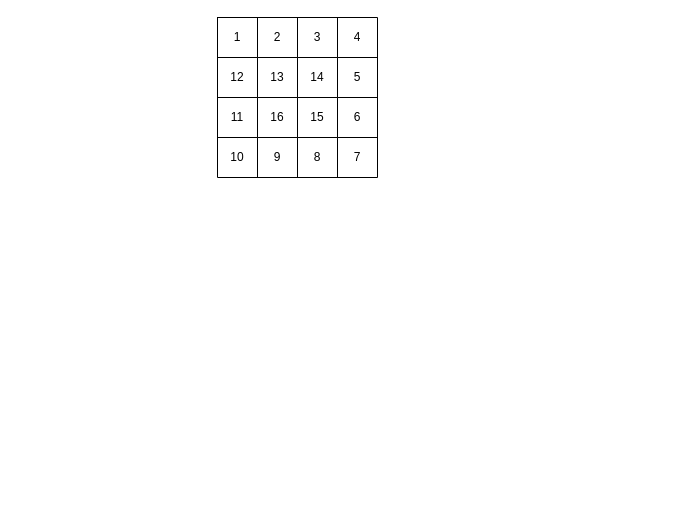
Before: 01_Programmercarl_Series/01_Array/05_generateMatrix/docs/sketch.drawio in ImChong/Practice_LeetCode_C, a draw.io diagram. Source tidied: cells renumbered, new cells numbered last; positions are measured from the earlier drawing's top-left corner, leaving out a move shared by most shapes. Both pictures are drawn from the tidied source at 100%, with x=0, y=0 at pixel (217, 17).
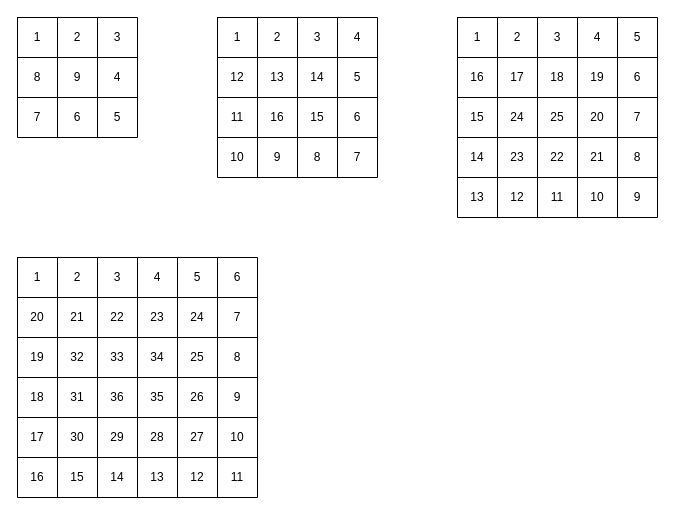
The same diagram, later.

What changed in the source:
```diff
@@
+    <mxCell id="23" style="shape=table;startSize=0;childLayout=tableLayout;" parent="1" vertex="1">
+      <mxGeometry x="-200" width="120" height="120" as="geometry" />
+    </mxCell>
+    <mxCell id="24" style="shape=tableRow;horizontal=0;startSize=0;swimlaneHead=0;swimlaneBody=0;top=0;left=0;bottom=0;right=0;fillColor=none;" parent="23" vertex="1">
+      <mxGeometry width="120" height="40" as="geometry" />
+    </mxCell>
+    <mxCell id="25" value="1" style="shape=partialRectangle;html=1;whiteSpace=wrap;overflow=hidden;fillColor=none;top=0;left=0;bottom=0;right=0;" parent="24" vertex="1">
+      <mxGeometry width="40" height="40" as="geometry" />
+    </mxCell>
+    <mxCell id="26" value="2" style="shape=partialRectangle;html=1;whiteSpace=wrap;overflow=hidden;fillColor=none;top=0;left=0;bottom=0;right=0;" parent="24" vertex="1">
+      <mxGeometry x="40" width="40" height="40" as="geometry" />
+    </mxCell>
+    <mxCell id="27" value="3" style="shape=partialRectangle;html=1;whiteSpace=wrap;overflow=hidden;fillColor=none;top=0;left=0;bottom=0;right=0;" parent="24" vertex="1">
+      <mxGeometry x="80" width="40" height="40" as="geometry" />
+    </mxCell>
+    <mxCell id="28" style="shape=tableRow;horizontal=0;startSize=0;swimlaneHead=0;swimlaneBody=0;top=0;left=0;bottom=0;right=0;fillColor=none;" parent="23" vertex="1">
+      <mxGeometry y="40" width="120" height="40" as="geometry" />
+    </mxCell>
+    <mxCell id="29" value="8" style="shape=partialRectangle;html=1;whiteSpace=wrap;overflow=hidden;fillColor=none;top=0;left=0;bottom=0;right=0;" parent="28" vertex="1">
+      <mxGeometry width="40" height="40" as="geometry" />
+    </mxCell>
+    <mxCell id="30" value="9" style="shape=partialRectangle;html=1;whiteSpace=wrap;overflow=hidden;fillColor=none;top=0;left=0;bottom=0;right=0;" parent="28" vertex="1">
+      <mxGeometry x="40" width="40" height="40" as="geometry" />
+    </mxCell>
+    <mxCell id="31" value="4" style="shape=partialRectangle;html=1;whiteSpace=wrap;overflow=hidden;fillColor=none;top=0;left=0;bottom=0;right=0;" parent="28" vertex="1">
+      <mxGeometry x="80" width="40" height="40" as="geometry" />
+    </mxCell>
+    <mxCell id="32" style="shape=tableRow;horizontal=0;startSize=0;swimlaneHead=0;swimlaneBody=0;top=0;left=0;bottom=0;right=0;fillColor=none;" parent="23" vertex="1">
+      <mxGeometry y="80" width="120" height="40" as="geometry" />
+    </mxCell>
+    <mxCell id="33" value="7" style="shape=partialRectangle;html=1;whiteSpace=wrap;overflow=hidden;fillColor=none;top=0;left=0;bottom=0;right=0;" parent="32" vertex="1">
+      <mxGeometry width="40" height="40" as="geometry" />
+    </mxCell>
+    <mxCell id="34" value="6" style="shape=partialRectangle;html=1;whiteSpace=wrap;overflow=hidden;fillColor=none;top=0;left=0;bottom=0;right=0;" parent="32" vertex="1">
+      <mxGeometry x="40" width="40" height="40" as="geometry" />
+    </mxCell>
+    <mxCell id="35" value="5" style="shape=partialRectangle;html=1;whiteSpace=wrap;overflow=hidden;fillColor=none;top=0;left=0;bottom=0;right=0;" parent="32" vertex="1">
+      <mxGeometry x="80" width="40" height="40" as="geometry" />
+    </mxCell>
+    <mxCell id="36" style="shape=table;startSize=0;childLayout=tableLayout;" parent="1" vertex="1">
+      <mxGeometry x="240" width="200" height="200" as="geometry" />
+    </mxCell>
+    <mxCell id="37" style="shape=tableRow;horizontal=0;startSize=0;swimlaneHead=0;swimlaneBody=0;top=0;left=0;bottom=0;right=0;fillColor=none;" parent="36" vertex="1">
+      <mxGeometry width="200" height="40" as="geometry" />
+    </mxCell>
+    <mxCell id="38" value="1" style="shape=partialRectangle;html=1;whiteSpace=wrap;overflow=hidden;fillColor=none;top=0;left=0;bottom=0;right=0;" parent="37" vertex="1">
+      <mxGeometry width="40" height="40" as="geometry" />
+    </mxCell>
+    <mxCell id="39" value="2" style="shape=partialRectangle;html=1;whiteSpace=wrap;overflow=hidden;fillColor=none;top=0;left=0;bottom=0;right=0;" parent="37" vertex="1">
+      <mxGeometry x="40" width="40" height="40" as="geometry" />
+    </mxCell>
+    <mxCell id="40" value="3" style="shape=partialRectangle;html=1;whiteSpace=wrap;overflow=hidden;fillColor=none;top=0;left=0;bottom=0;right=0;" parent="37" vertex="1">
+      <mxGeometry x="80" width="40" height="40" as="geometry" />
+    </mxCell>
+    <mxCell id="41" value="4" style="shape=partialRectangle;html=1;whiteSpace=wrap;overflow=hidden;fillColor=none;top=0;left=0;bottom=0;right=0;" parent="37" vertex="1">
+      <mxGeometry x="120" width="40" height="40" as="geometry" />
+    </mxCell>
+    <mxCell id="42" value="5" style="shape=partialRectangle;html=1;whiteSpace=wrap;overflow=hidden;fillColor=none;top=0;left=0;bottom=0;right=0;" parent="37" vertex="1">
+      <mxGeometry x="160" width="40" height="40" as="geometry" />
+    </mxCell>
+    <mxCell id="43" style="shape=tableRow;horizontal=0;startSize=0;swimlaneHead=0;swimlaneBody=0;top=0;left=0;bottom=0;right=0;fillColor=none;" parent="36" vertex="1">
+      <mxGeometry y="40" width="200" height="40" as="geometry" />
+    </mxCell>
+    <mxCell id="44" value="16" style="shape=partialRectangle;html=1;whiteSpace=wrap;overflow=hidden;fillColor=none;top=0;left=0;bottom=0;right=0;" parent="43" vertex="1">
+      <mxGeometry width="40" height="40" as="geometry" />
+    </mxCell>
+    <mxCell id="45" value="17" style="shape=partialRectangle;html=1;whiteSpace=wrap;overflow=hidden;fillColor=none;top=0;left=0;bottom=0;right=0;" parent="43" vertex="1">
+      <mxGeometry x="40" width="40" height="40" as="geometry" />
+    </mxCell>
+    <mxCell id="46" value="18" style="shape=partialRectangle;html=1;whiteSpace=wrap;overflow=hidden;fillColor=none;top=0;left=0;bottom=0;right=0;" parent="43" vertex="1">
+      <mxGeometry x="80" width="40" height="40" as="geometry" />
+    </mxCell>
+    <mxCell id="47" value="19" style="shape=partialRectangle;html=1;whiteSpace=wrap;overflow=hidden;fillColor=none;top=0;left=0;bottom=0;right=0;" parent="43" vertex="1">
+      <mxGeometry x="120" width="40" height="40" as="geometry" />
+    </mxCell>
+    <mxCell id="48" value="6" style="shape=partialRectangle;html=1;whiteSpace=wrap;overflow=hidden;fillColor=none;top=0;left=0;bottom=0;right=0;" parent="43" vertex="1">
+      <mxGeometry x="160" width="40" height="40" as="geometry" />
+    </mxCell>
+    <mxCell id="49" style="shape=tableRow;horizontal=0;startSize=0;swimlaneHead=0;swimlaneBody=0;top=0;left=0;bottom=0;right=0;fillColor=none;" parent="36" vertex="1">
+      <mxGeometry y="80" width="200" height="40" as="geometry" />
+    </mxCell>
+    <mxCell id="50" value="15" style="shape=partialRectangle;html=1;whiteSpace=wrap;overflow=hidden;fillColor=none;top=0;left=0;bottom=0;right=0;" parent="49" vertex="1">
+      <mxGeometry width="40" height="40" as="geometry" />
+    </mxCell>
+    <mxCell id="51" value="24" style="shape=partialRectangle;html=1;whiteSpace=wrap;overflow=hidden;fillColor=none;top=0;left=0;bottom=0;right=0;" parent="49" vertex="1">
+      <mxGeometry x="40" width="40" height="40" as="geometry" />
+    </mxCell>
+    <mxCell id="52" value="25" style="shape=partialRectangle;html=1;whiteSpace=wrap;overflow=hidden;fillColor=none;top=0;left=0;bottom=0;right=0;" parent="49" vertex="1">
+      <mxGeometry x="80" width="40" height="40" as="geometry" />
+    </mxCell>
+    <mxCell id="53" value="20" style="shape=partialRectangle;html=1;whiteSpace=wrap;overflow=hidden;fillColor=none;top=0;left=0;bottom=0;right=0;" parent="49" vertex="1">
+      <mxGeometry x="120" width="40" height="40" as="geometry" />
+    </mxCell>
+    <mxCell id="54" value="7" style="shape=partialRectangle;html=1;whiteSpace=wrap;overflow=hidden;fillColor=none;top=0;left=0;bottom=0;right=0;" parent="49" vertex="1">
+      <mxGeometry x="160" width="40" height="40" as="geometry" />
+    </mxCell>
+    <mxCell id="55" style="shape=tableRow;horizontal=0;startSize=0;swimlaneHead=0;swimlaneBody=0;top=0;left=0;bottom=0;right=0;fillColor=none;" parent="36" vertex="1">
+      <mxGeometry y="120" width="200" height="40" as="geometry" />
+    </mxCell>
+    <mxCell id="56" value="14" style="shape=partialRectangle;html=1;whiteSpace=wrap;overflow=hidden;fillColor=none;top=0;left=0;bottom=0;right=0;" parent="55" vertex="1">
+      <mxGeometry width="40" height="40" as="geometry" />
+    </mxCell>
+    <mxCell id="57" value="23" style="shape=partialRectangle;html=1;whiteSpace=wrap;overflow=hidden;fillColor=none;top=0;left=0;bottom=0;right=0;" parent="55" vertex="1">
+      <mxGeometry x="40" width="40" height="40" as="geometry" />
+    </mxCell>
+    <mxCell id="58" value="22" style="shape=partialRectangle;html=1;whiteSpace=wrap;overflow=hidden;fillColor=none;top=0;left=0;bottom=0;right=0;" parent="55" vertex="1">
+      <mxGeometry x="80" width="40" height="40" as="geometry" />
+    </mxCell>
+    <mxCell id="59" value="21" style="shape=partialRectangle;html=1;whiteSpace=wrap;overflow=hidden;fillColor=none;top=0;left=0;bottom=0;right=0;" parent="55" vertex="1">
+      <mxGeometry x="120" width="40" height="40" as="geometry" />
+    </mxCell>
+    <mxCell id="60" value="8" style="shape=partialRectangle;html=1;whiteSpace=wrap;overflow=hidden;fillColor=none;top=0;left=0;bottom=0;right=0;" parent="55" vertex="1">
+      <mxGeometry x="160" width="40" height="40" as="geometry" />
+    </mxCell>
+    <mxCell id="61" style="shape=tableRow;horizontal=0;startSize=0;swimlaneHead=0;swimlaneBody=0;top=0;left=0;bottom=0;right=0;fillColor=none;" parent="36" vertex="1">
+      <mxGeometry y="160" width="200" height="40" as="geometry" />
+    </mxCell>
+    <mxCell id="62" value="13" style="shape=partialRectangle;html=1;whiteSpace=wrap;overflow=hidden;fillColor=none;top=0;left=0;bottom=0;right=0;" parent="61" vertex="1">
+      <mxGeometry width="40" height="40" as="geometry" />
+    </mxCell>
+    <mxCell id="63" value="12" style="shape=partialRectangle;html=1;whiteSpace=wrap;overflow=hidden;fillColor=none;top=0;left=0;bottom=0;right=0;" parent="61" vertex="1">
+      <mxGeometry x="40" width="40" height="40" as="geometry" />
+    </mxCell>
+    <mxCell id="64" value="11" style="shape=partialRectangle;html=1;whiteSpace=wrap;overflow=hidden;fillColor=none;top=0;left=0;bottom=0;right=0;" parent="61" vertex="1">
+      <mxGeometry x="80" width="40" height="40" as="geometry" />
+    </mxCell>
+    <mxCell id="65" value="10" style="shape=partialRectangle;html=1;whiteSpace=wrap;overflow=hidden;fillColor=none;top=0;left=0;bottom=0;right=0;" parent="61" vertex="1">
+      <mxGeometry x="120" width="40" height="40" as="geometry" />
+    </mxCell>
+    <mxCell id="66" value="9" style="shape=partialRectangle;html=1;whiteSpace=wrap;overflow=hidden;fillColor=none;top=0;left=0;bottom=0;right=0;" parent="61" vertex="1">
+      <mxGeometry x="160" width="40" height="40" as="geometry" />
+    </mxCell>
+    <mxCell id="67" style="shape=table;startSize=0;childLayout=tableLayout;" parent="1" vertex="1">
+      <mxGeometry x="-200" y="240" width="240" height="240" as="geometry" />
+    </mxCell>
+    <mxCell id="68" style="shape=tableRow;horizontal=0;startSize=0;swimlaneHead=0;swimlaneBody=0;top=0;left=0;bottom=0;right=0;fillColor=none;" parent="67" vertex="1">
+      <mxGeometry width="240" height="40" as="geometry" />
+    </mxCell>
+    <mxCell id="69" value="1" style="shape=partialRectangle;html=1;whiteSpace=wrap;overflow=hidden;fillColor=none;top=0;left=0;bottom=0;right=0;" parent="68" vertex="1">
+      <mxGeometry width="40" height="40" as="geometry" />
+    </mxCell>
+    <mxCell id="70" value="2" style="shape=partialRectangle;html=1;whiteSpace=wrap;overflow=hidden;fillColor=none;top=0;left=0;bottom=0;right=0;" parent="68" vertex="1">
+      <mxGeometry x="40" width="40" height="40" as="geometry" />
+    </mxCell>
+    <mxCell id="71" value="3" style="shape=partialRectangle;html=1;whiteSpace=wrap;overflow=hidden;fillColor=none;top=0;left=0;bottom=0;right=0;" parent="68" vertex="1">
+      <mxGeometry x="80" width="40" height="40" as="geometry" />
+    </mxCell>
+    <mxCell id="72" value="4" style="shape=partialRectangle;html=1;whiteSpace=wrap;overflow=hidden;fillColor=none;top=0;left=0;bottom=0;right=0;" parent="68" vertex="1">
+      <mxGeometry x="120" width="40" height="40" as="geometry" />
+    </mxCell>
+    <mxCell id="73" value="5" style="shape=partialRectangle;html=1;whiteSpace=wrap;overflow=hidden;fillColor=none;top=0;left=0;bottom=0;right=0;" parent="68" vertex="1">
+      <mxGeometry x="160" width="40" height="40" as="geometry" />
+    </mxCell>
+    <mxCell id="74" value="6" style="shape=partialRectangle;html=1;whiteSpace=wrap;overflow=hidden;fillColor=none;top=0;left=0;bottom=0;right=0;" parent="68" vertex="1">
+      <mxGeometry x="200" width="40" height="40" as="geometry" />
+    </mxCell>
+    <mxCell id="75" style="shape=tableRow;horizontal=0;startSize=0;swimlaneHead=0;swimlaneBody=0;top=0;left=0;bottom=0;right=0;fillColor=none;" parent="67" vertex="1">
+      <mxGeometry y="40" width="240" height="40" as="geometry" />
+    </mxCell>
+    <mxCell id="76" value="20" style="shape=partialRectangle;html=1;whiteSpace=wrap;overflow=hidden;fillColor=none;top=0;left=0;bottom=0;right=0;" parent="75" vertex="1">
+      <mxGeometry width="40" height="40" as="geometry" />
+    </mxCell>
+    <mxCell id="77" value="21" style="shape=partialRectangle;html=1;whiteSpace=wrap;overflow=hidden;fillColor=none;top=0;left=0;bottom=0;right=0;" parent="75" vertex="1">
+      <mxGeometry x="40" width="40" height="40" as="geometry" />
+    </mxCell>
+    <mxCell id="78" value="22" style="shape=partialRectangle;html=1;whiteSpace=wrap;overflow=hidden;fillColor=none;top=0;left=0;bottom=0;right=0;" parent="75" vertex="1">
+      <mxGeometry x="80" width="40" height="40" as="geometry" />
+    </mxCell>
+    <mxCell id="79" value="23" style="shape=partialRectangle;html=1;whiteSpace=wrap;overflow=hidden;fillColor=none;top=0;left=0;bottom=0;right=0;" parent="75" vertex="1">
+      <mxGeometry x="120" width="40" height="40" as="geometry" />
+    </mxCell>
+    <mxCell id="80" value="24" style="shape=partialRectangle;html=1;whiteSpace=wrap;overflow=hidden;fillColor=none;top=0;left=0;bottom=0;right=0;" parent="75" vertex="1">
+      <mxGeometry x="160" width="40" height="40" as="geometry" />
+    </mxCell>
+    <mxCell id="81" value="7" style="shape=partialRectangle;html=1;whiteSpace=wrap;overflow=hidden;fillColor=none;top=0;left=0;bottom=0;right=0;" parent="75" vertex="1">
+      <mxGeometry x="200" width="40" height="40" as="geometry" />
+    </mxCell>
+    <mxCell id="82" style="shape=tableRow;horizontal=0;startSize=0;swimlaneHead=0;swimlaneBody=0;top=0;left=0;bottom=0;right=0;fillColor=none;" parent="67" vertex="1">
+      <mxGeometry y="80" width="240" height="40" as="geometry" />
+    </mxCell>
+    <mxCell id="83" value="19" style="shape=partialRectangle;html=1;whiteSpace=wrap;overflow=hidden;fillColor=none;top=0;left=0;bottom=0;right=0;" parent="82" vertex="1">
+      <mxGeometry width="40" height="40" as="geometry" />
+    </mxCell>
+    <mxCell id="84" value="32" style="shape=partialRectangle;html=1;whiteSpace=wrap;overflow=hidden;fillColor=none;top=0;left=0;bottom=0;right=0;" parent="82" vertex="1">
+      <mxGeometry x="40" width="40" height="40" as="geometry" />
+    </mxCell>
+    <mxCell id="85" value="33" style="shape=partialRectangle;html=1;whiteSpace=wrap;overflow=hidden;fillColor=none;top=0;left=0;bottom=0;right=0;" parent="82" vertex="1">
+      <mxGeometry x="80" width="40" height="40" as="geometry" />
+    </mxCell>
+    <mxCell id="86" value="34" style="shape=partialRectangle;html=1;whiteSpace=wrap;overflow=hidden;fillColor=none;top=0;left=0;bottom=0;right=0;" parent="82" vertex="1">
+      <mxGeometry x="120" width="40" height="40" as="geometry" />
+    </mxCell>
+    <mxCell id="87" value="25" style="shape=partialRectangle;html=1;whiteSpace=wrap;overflow=hidden;fillColor=none;top=0;left=0;bottom=0;right=0;" parent="82" vertex="1">
+      <mxGeometry x="160" width="40" height="40" as="geometry" />
+    </mxCell>
+    <mxCell id="88" value="8" style="shape=partialRectangle;html=1;whiteSpace=wrap;overflow=hidden;fillColor=none;top=0;left=0;bottom=0;right=0;" parent="82" vertex="1">
+      <mxGeometry x="200" width="40" height="40" as="geometry" />
+    </mxCell>
+    <mxCell id="89" style="shape=tableRow;horizontal=0;startSize=0;swimlaneHead=0;swimlaneBody=0;top=0;left=0;bottom=0;right=0;fillColor=none;" parent="67" vertex="1">
+      <mxGeometry y="120" width="240" height="40" as="geometry" />
+    </mxCell>
+    <mxCell id="90" value="18" style="shape=partialRectangle;html=1;whiteSpace=wrap;overflow=hidden;fillColor=none;top=0;left=0;bottom=0;right=0;" parent="89" vertex="1">
+      <mxGeometry width="40" height="40" as="geometry" />
+    </mxCell>
+    <mxCell id="91" value="31" style="shape=partialRectangle;html=1;whiteSpace=wrap;overflow=hidden;fillColor=none;top=0;left=0;bottom=0;right=0;" parent="89" vertex="1">
+      <mxGeometry x="40" width="40" height="40" as="geometry" />
+    </mxCell>
+    <mxCell id="92" value="36" style="shape=partialRectangle;html=1;whiteSpace=wrap;overflow=hidden;fillColor=none;top=0;left=0;bottom=0;right=0;" parent="89" vertex="1">
+      <mxGeometry x="80" width="40" height="40" as="geometry" />
+    </mxCell>
+    <mxCell id="93" value="35" style="shape=partialRectangle;html=1;whiteSpace=wrap;overflow=hidden;fillColor=none;top=0;left=0;bottom=0;right=0;" parent="89" vertex="1">
+      <mxGeometry x="120" width="40" height="40" as="geometry" />
+    </mxCell>
+    <mxCell id="94" value="26" style="shape=partialRectangle;html=1;whiteSpace=wrap;overflow=hidden;fillColor=none;top=0;left=0;bottom=0;right=0;" parent="89" vertex="1">
+      <mxGeometry x="160" width="40" height="40" as="geometry" />
+    </mxCell>
+    <mxCell id="95" value="9" style="shape=partialRectangle;html=1;whiteSpace=wrap;overflow=hidden;fillColor=none;top=0;left=0;bottom=0;right=0;" parent="89" vertex="1">
+      <mxGeometry x="200" width="40" height="40" as="geometry" />
+    </mxCell>
+    <mxCell id="96" style="shape=tableRow;horizontal=0;startSize=0;swimlaneHead=0;swimlaneBody=0;top=0;left=0;bottom=0;right=0;fillColor=none;" parent="67" vertex="1">
+      <mxGeometry y="160" width="240" height="40" as="geometry" />
+    </mxCell>
+    <mxCell id="97" value="17" style="shape=partialRectangle;html=1;whiteSpace=wrap;overflow=hidden;fillColor=none;top=0;left=0;bottom=0;right=0;" parent="96" vertex="1">
+      <mxGeometry width="40" height="40" as="geometry" />
+    </mxCell>
+    <mxCell id="98" value="30" style="shape=partialRectangle;html=1;whiteSpace=wrap;overflow=hidden;fillColor=none;top=0;left=0;bottom=0;right=0;" parent="96" vertex="1">
+      <mxGeometry x="40" width="40" height="40" as="geometry" />
+    </mxCell>
+    <mxCell id="99" value="29" style="shape=partialRectangle;html=1;whiteSpace=wrap;overflow=hidden;fillColor=none;top=0;left=0;bottom=0;right=0;" parent="96" vertex="1">
+      <mxGeometry x="80" width="40" height="40" as="geometry" />
+    </mxCell>
+    <mxCell id="100" value="28" style="shape=partialRectangle;html=1;whiteSpace=wrap;overflow=hidden;fillColor=none;top=0;left=0;bottom=0;right=0;" parent="96" vertex="1">
+      <mxGeometry x="120" width="40" height="40" as="geometry" />
+    </mxCell>
+    <mxCell id="101" value="27" style="shape=partialRectangle;html=1;whiteSpace=wrap;overflow=hidden;fillColor=none;top=0;left=0;bottom=0;right=0;" parent="96" vertex="1">
+      <mxGeometry x="160" width="40" height="40" as="geometry" />
+    </mxCell>
+    <mxCell id="102" value="10" style="shape=partialRectangle;html=1;whiteSpace=wrap;overflow=hidden;fillColor=none;top=0;left=0;bottom=0;right=0;" parent="96" vertex="1">
+      <mxGeometry x="200" width="40" height="40" as="geometry" />
+    </mxCell>
+    <mxCell id="103" style="shape=tableRow;horizontal=0;startSize=0;swimlaneHead=0;swimlaneBody=0;top=0;left=0;bottom=0;right=0;fillColor=none;" parent="67" vertex="1">
+      <mxGeometry y="200" width="240" height="40" as="geometry" />
+    </mxCell>
+    <mxCell id="104" value="16" style="shape=partialRectangle;html=1;whiteSpace=wrap;overflow=hidden;fillColor=none;top=0;left=0;bottom=0;right=0;" parent="103" vertex="1">
+      <mxGeometry width="40" height="40" as="geometry" />
+    </mxCell>
+    <mxCell id="105" value="15" style="shape=partialRectangle;html=1;whiteSpace=wrap;overflow=hidden;fillColor=none;top=0;left=0;bottom=0;right=0;" parent="103" vertex="1">
+      <mxGeometry x="40" width="40" height="40" as="geometry" />
+    </mxCell>
+    <mxCell id="106" value="14" style="shape=partialRectangle;html=1;whiteSpace=wrap;overflow=hidden;fillColor=none;top=0;left=0;bottom=0;right=0;" parent="103" vertex="1">
+      <mxGeometry x="80" width="40" height="40" as="geometry" />
+    </mxCell>
+    <mxCell id="107" value="13" style="shape=partialRectangle;html=1;whiteSpace=wrap;overflow=hidden;fillColor=none;top=0;left=0;bottom=0;right=0;" parent="103" vertex="1">
+      <mxGeometry x="120" width="40" height="40" as="geometry" />
+    </mxCell>
+    <mxCell id="108" value="12" style="shape=partialRectangle;html=1;whiteSpace=wrap;overflow=hidden;fillColor=none;top=0;left=0;bottom=0;right=0;" parent="103" vertex="1">
+      <mxGeometry x="160" width="40" height="40" as="geometry" />
+    </mxCell>
+    <mxCell id="109" value="11" style="shape=partialRectangle;html=1;whiteSpace=wrap;overflow=hidden;fillColor=none;top=0;left=0;bottom=0;right=0;" parent="103" vertex="1">
+      <mxGeometry x="200" width="40" height="40" as="geometry" />
+    </mxCell>
```
